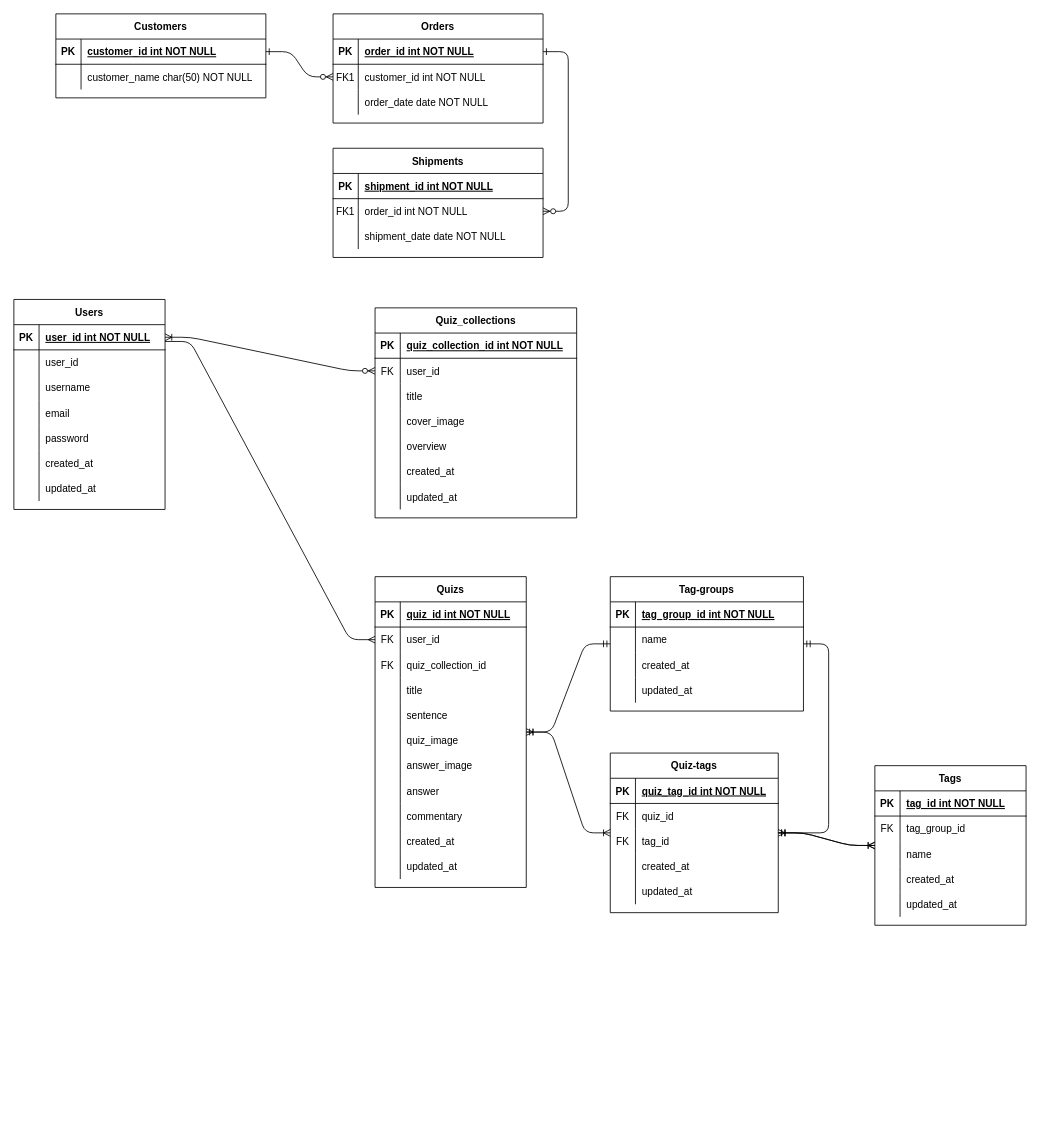
This is 名称未設定ファイル.drawio from blue-drill/kurenai-dorill.github.io, a draw.io file, before an edit. Source tidied: cells renumbered, new cells numbered last; positions are measured from the earlier drawing's top-left corner, leaving out a move shared by most shapes. Both pictures are drawn from the tidied source at 84%, with x=0, y=0 at pixel (13, 13).
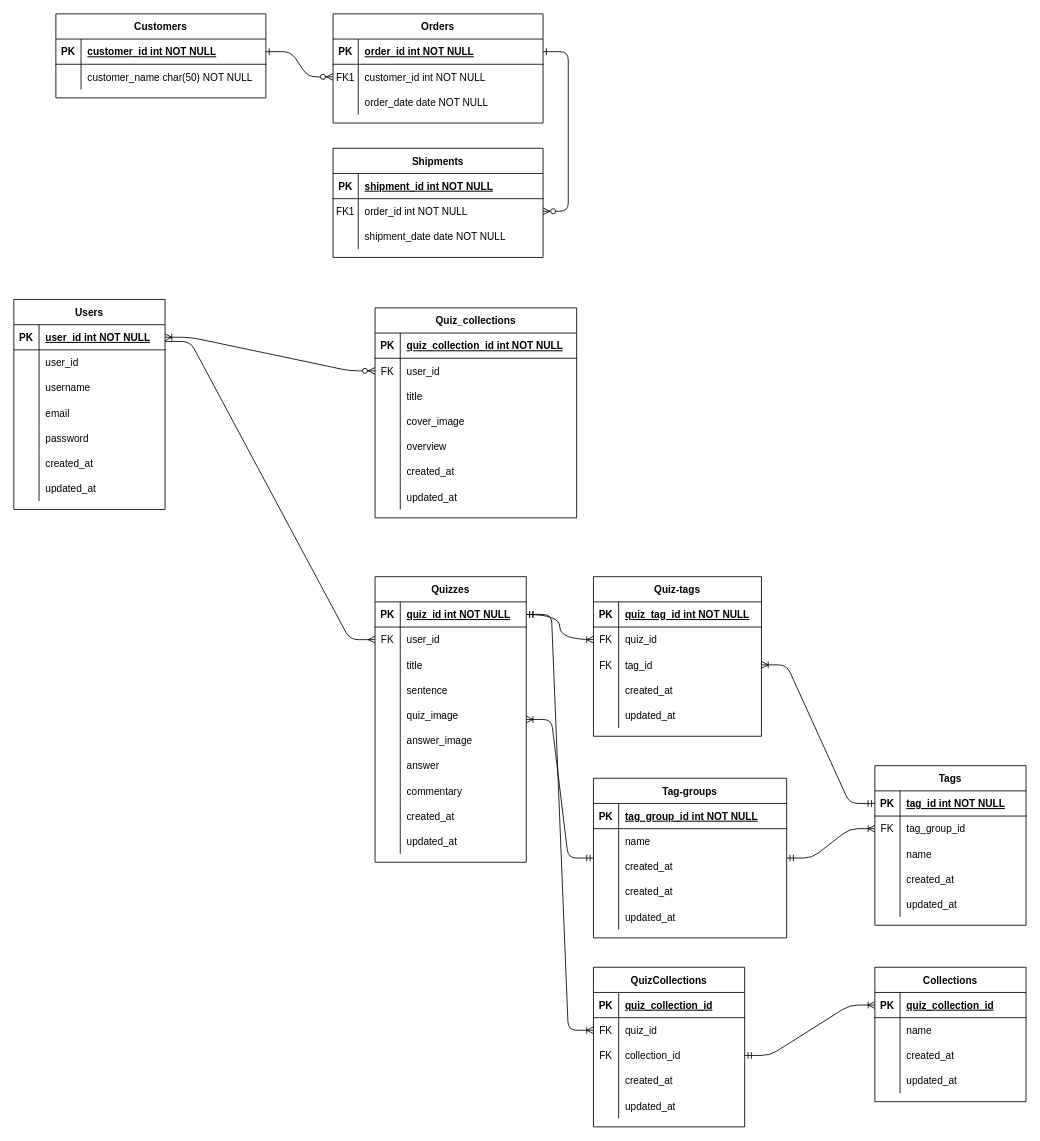
After the change.

Commit message:
名称未設定ファイル.drawio を更新します

The change refers to these unchanged cells:
```xml
<mxCell id="54" style="shape=partialRectangle;fillColor=none;top=0;left=0;bottom=1;right=0;points=[[0,0.5],[1,0.5]];portConstraint=eastwest;" parent="53" vertex="1">
  <mxGeometry y="30" width="180" height="30" as="geometry" />
</mxCell>
<mxCell id="111" value="Tags" style="shape=table;startSize=30;childLayout=tableLayout;rowLines=0;fontStyle=1;align=center;" parent="1" vertex="1">
  <mxGeometry x="1025" y="895" width="180" height="190" as="geometry" />
</mxCell>
<mxCell id="112" style="shape=partialRectangle;fillColor=none;top=0;left=0;bottom=1;right=0;points=[[0,0.5],[1,0.5]];portConstraint=eastwest;" parent="111" vertex="1">
  <mxGeometry y="30" width="180" height="30" as="geometry" />
</mxCell>
<mxCell id="115" style="shape=partialRectangle;fillColor=none;top=0;left=0;bottom=0;right=0;points=[[0,0.5],[1,0.5]];portConstraint=eastwest;" parent="111" vertex="1">
  <mxGeometry y="60" width="180" height="30" as="geometry" />
</mxCell>
<mxCell id="144" style="shape=partialRectangle;fillColor=none;top=0;left=0;bottom=0;right=0;points=[[0,0.5],[1,0.5]];portConstraint=eastwest;" parent="140" vertex="1">
  <mxGeometry y="60" width="200" height="30" as="geometry" />
</mxCell>
<mxCell id="147" style="shape=partialRectangle;fillColor=none;top=0;left=0;bottom=0;right=0;points=[[0,0.5],[1,0.5]];portConstraint=eastwest;" parent="140" vertex="1">
  <mxGeometry y="90" width="200" height="30" as="geometry" />
</mxCell>
```

The edit, as a diff of the source:
```diff
@@
-    <mxCell id="53" value="Quizs" style="shape=table;startSize=30;childLayout=tableLayout;rowLines=0;fontStyle=1;align=center;" parent="1" vertex="1">
-      <mxGeometry x="430" y="670" width="180" height="370" as="geometry" />
+    <mxCell id="53" value="Quizzes" style="shape=table;startSize=30;childLayout=tableLayout;rowLines=0;fontStyle=1;align=center;" parent="1" vertex="1">
+      <mxGeometry x="430" y="670" width="180" height="340" as="geometry" />
     </mxCell>
@@
-    <mxCell id="60" style="shape=partialRectangle;fillColor=none;top=0;left=0;bottom=0;right=0;" parent="53" vertex="1">
-      <mxGeometry y="90" width="180" height="30" as="geometry" />
-    </mxCell>
-    <mxCell id="61" value="FK" style="shape=partialRectangle;fillColor=none;top=0;left=0;bottom=0;right=0;overflow=hidden;" parent="60" vertex="1">
-      <mxGeometry width="30" height="30" as="geometry" />
-    </mxCell>
-    <mxCell id="62" value="quiz_collection_id" style="shape=partialRectangle;fillColor=none;top=0;left=0;bottom=0;right=0;align=left;spacingLeft=6;overflow=hidden;" parent="60" vertex="1">
-      <mxGeometry x="30" width="150" height="30" as="geometry" />
-    </mxCell>
     <mxCell id="63" style="shape=partialRectangle;fillColor=none;top=0;left=0;bottom=0;right=0;" parent="53" vertex="1">
-      <mxGeometry y="120" width="180" height="30" as="geometry" />
+      <mxGeometry y="90" width="180" height="30" as="geometry" />
     </mxCell>
@@
     <mxCell id="66" style="shape=partialRectangle;fillColor=none;top=0;left=0;bottom=0;right=0;" parent="53" vertex="1">
-      <mxGeometry y="150" width="180" height="30" as="geometry" />
+      <mxGeometry y="120" width="180" height="30" as="geometry" />
     </mxCell>
@@
     <mxCell id="69" style="shape=partialRectangle;fillColor=none;top=0;left=0;bottom=0;right=0;" parent="53" vertex="1">
-      <mxGeometry y="180" width="180" height="30" as="geometry" />
+      <mxGeometry y="150" width="180" height="30" as="geometry" />
     </mxCell>
@@
     <mxCell id="72" style="shape=partialRectangle;fillColor=none;top=0;left=0;bottom=0;right=0;" parent="53" vertex="1">
-      <mxGeometry y="210" width="180" height="30" as="geometry" />
+      <mxGeometry y="180" width="180" height="30" as="geometry" />
     </mxCell>
@@
     <mxCell id="75" style="shape=partialRectangle;fillColor=none;top=0;left=0;bottom=0;right=0;" parent="53" vertex="1">
-      <mxGeometry y="240" width="180" height="30" as="geometry" />
+      <mxGeometry y="210" width="180" height="30" as="geometry" />
     </mxCell>
@@
     <mxCell id="78" style="shape=partialRectangle;fillColor=none;top=0;left=0;bottom=0;right=0;" parent="53" vertex="1">
-      <mxGeometry y="270" width="180" height="30" as="geometry" />
+      <mxGeometry y="240" width="180" height="30" as="geometry" />
     </mxCell>
@@
     <mxCell id="81" style="shape=partialRectangle;fillColor=none;top=0;left=0;bottom=0;right=0;" parent="53" vertex="1">
-      <mxGeometry y="300" width="180" height="30" as="geometry" />
+      <mxGeometry y="270" width="180" height="30" as="geometry" />
     </mxCell>
@@
     <mxCell id="84" style="shape=partialRectangle;fillColor=none;top=0;left=0;bottom=0;right=0;" parent="53" vertex="1">
-      <mxGeometry y="330" width="180" height="30" as="geometry" />
+      <mxGeometry y="300" width="180" height="30" as="geometry" />
     </mxCell>
@@
     <mxCell id="127" value="Tag-groups" style="shape=table;startSize=30;childLayout=tableLayout;rowLines=0;fontStyle=1;align=center;" parent="1" vertex="1">
-      <mxGeometry x="710" y="670" width="230" height="160" as="geometry" />
+      <mxGeometry x="690" y="910" width="230" height="190" as="geometry" />
     </mxCell>
@@
+    <mxCell id="161" style="shape=partialRectangle;fillColor=none;top=0;left=0;bottom=0;right=0;" parent="127" vertex="1">
+      <mxGeometry y="120" width="230" height="30" as="geometry" />
+    </mxCell>
+    <mxCell id="162" style="shape=partialRectangle;fillColor=none;top=0;left=0;bottom=0;right=0;overflow=hidden;" parent="161" vertex="1">
+      <mxGeometry width="30" height="30" as="geometry" />
+    </mxCell>
+    <mxCell id="163" value="created_at" style="shape=partialRectangle;fillColor=none;top=0;left=0;bottom=0;right=0;align=left;spacingLeft=6;overflow=hidden;" parent="161" vertex="1">
+      <mxGeometry x="30" width="200" height="30" as="geometry" />
+    </mxCell>
     <mxCell id="137" style="shape=partialRectangle;fillColor=none;top=0;left=0;bottom=0;right=0;" parent="127" vertex="1">
-      <mxGeometry y="120" width="230" height="30" as="geometry" />
+      <mxGeometry y="150" width="230" height="30" as="geometry" />
     </mxCell>
@@
     <mxCell id="140" value="Quiz-tags" style="shape=table;startSize=30;childLayout=tableLayout;rowLines=0;fontStyle=1;align=center;" parent="1" vertex="1">
-      <mxGeometry x="710" y="880" width="200" height="190" as="geometry" />
+      <mxGeometry x="690" y="670" width="200" height="190" as="geometry" />
     </mxCell>
@@
-    <mxCell id="157" style="edgeStyle=entityRelationEdgeStyle;fontSize=12;html=1;endArrow=ERoneToMany;startArrow=ERmandOne;" parent="1" edge="1" source="127" target="140">
+    <mxCell id="157" style="edgeStyle=entityRelationEdgeStyle;fontSize=12;html=1;endArrow=ERoneToMany;startArrow=ERmandOne;" parent="1" edge="1" source="127" target="115">
       <mxGeometry relative="1" as="geometry" />
     </mxCell>
-    <mxCell id="158" style="edgeStyle=entityRelationEdgeStyle;fontSize=12;html=1;endArrow=ERoneToMany;startArrow=ERmandOne;" parent="1" edge="1" source="140" target="111">
-      <mxGeometry relative="1" as="geometry" />
-    </mxCell>
-    <mxCell id="159" style="edgeStyle=entityRelationEdgeStyle;fontSize=12;html=1;endArrow=ERoneToMany;startArrow=ERmandOne;" parent="1" edge="1" source="140" target="111">
+    <mxCell id="159" style="edgeStyle=entityRelationEdgeStyle;fontSize=12;html=1;endArrow=ERoneToMany;startArrow=ERmandOne;" parent="1" edge="1" source="112" target="147">
       <mxGeometry relative="1" as="geometry" />
     </mxCell>
-    <mxCell id="160" style="edgeStyle=entityRelationEdgeStyle;fontSize=12;html=1;endArrow=ERoneToMany;startArrow=ERmandOne;" parent="1" edge="1" source="53" target="140">
+    <mxCell id="160" style="fontSize=12;html=1;endArrow=ERoneToMany;startArrow=ERmandOne;edgeStyle=orthogonalEdgeStyle;elbow=vertical;curved=1;" parent="1" edge="1" source="54" target="144">
       <mxGeometry relative="1" as="geometry" />
     </mxCell>
+    <mxCell id="164" value="Collections" style="shape=table;startSize=30;childLayout=tableLayout;rowLines=0;fontStyle=1;align=center;" parent="1" vertex="1">
+      <mxGeometry x="1025" y="1135" width="180" height="160" as="geometry" />
+    </mxCell>
+    <mxCell id="165" style="shape=partialRectangle;fillColor=none;top=0;left=0;bottom=1;right=0;points=[[0,0.5],[1,0.5]];portConstraint=eastwest;" parent="164" vertex="1">
+      <mxGeometry y="30" width="180" height="30" as="geometry" />
+    </mxCell>
+    <mxCell id="166" value="PK" style="shape=partialRectangle;fillColor=none;top=0;left=0;bottom=0;right=0;fontStyle=1;overflow=hidden;" parent="165" vertex="1">
+      <mxGeometry width="30" height="30" as="geometry" />
+    </mxCell>
+    <mxCell id="167" value="quiz_collection_id" style="shape=partialRectangle;fillColor=none;top=0;left=0;bottom=0;right=0;align=left;spacingLeft=6;fontStyle=5;overflow=hidden;" parent="165" vertex="1">
+      <mxGeometry x="30" width="150" height="30" as="geometry" />
+    </mxCell>
+    <mxCell id="168" style="shape=partialRectangle;fillColor=none;top=0;left=0;bottom=0;right=0;" parent="164" vertex="1">
+      <mxGeometry y="60" width="180" height="30" as="geometry" />
+    </mxCell>
+    <mxCell id="169" style="shape=partialRectangle;fillColor=none;top=0;left=0;bottom=0;right=0;overflow=hidden;" parent="168" vertex="1">
+      <mxGeometry width="30" height="30" as="geometry" />
+    </mxCell>
+    <mxCell id="170" value="name" style="shape=partialRectangle;fillColor=none;top=0;left=0;bottom=0;right=0;align=left;spacingLeft=6;overflow=hidden;" parent="168" vertex="1">
+      <mxGeometry x="30" width="150" height="30" as="geometry" />
+    </mxCell>
+    <mxCell id="171" style="shape=partialRectangle;fillColor=none;top=0;left=0;bottom=0;right=0;" parent="164" vertex="1">
+      <mxGeometry y="90" width="180" height="30" as="geometry" />
+    </mxCell>
+    <mxCell id="172" style="shape=partialRectangle;fillColor=none;top=0;left=0;bottom=0;right=0;overflow=hidden;" parent="171" vertex="1">
+      <mxGeometry width="30" height="30" as="geometry" />
+    </mxCell>
+    <mxCell id="173" value="created_at" style="shape=partialRectangle;fillColor=none;top=0;left=0;bottom=0;right=0;align=left;spacingLeft=6;overflow=hidden;" parent="171" vertex="1">
+      <mxGeometry x="30" width="150" height="30" as="geometry" />
+    </mxCell>
+    <mxCell id="174" style="shape=partialRectangle;fillColor=none;top=0;left=0;bottom=0;right=0;" parent="164" vertex="1">
+      <mxGeometry y="120" width="180" height="30" as="geometry" />
+    </mxCell>
+    <mxCell id="175" style="shape=partialRectangle;fillColor=none;top=0;left=0;bottom=0;right=0;overflow=hidden;" parent="174" vertex="1">
+      <mxGeometry width="30" height="30" as="geometry" />
+    </mxCell>
+    <mxCell id="176" value="updated_at" style="shape=partialRectangle;fillColor=none;top=0;left=0;bottom=0;right=0;align=left;spacingLeft=6;overflow=hidden;" parent="174" vertex="1">
+      <mxGeometry x="30" width="150" height="30" as="geometry" />
+    </mxCell>
+    <mxCell id="177" value="QuizCollections" style="shape=table;startSize=30;childLayout=tableLayout;rowLines=0;fontStyle=1;align=center;" parent="1" vertex="1">
+      <mxGeometry x="690" y="1135" width="180" height="190" as="geometry" />
+    </mxCell>
+    <mxCell id="178" style="shape=partialRectangle;fillColor=none;top=0;left=0;bottom=1;right=0;" parent="177" vertex="1">
+      <mxGeometry y="30" width="180" height="30" as="geometry" />
+    </mxCell>
+    <mxCell id="179" value="PK" style="shape=partialRectangle;fillColor=none;top=0;left=0;bottom=0;right=0;fontStyle=1;overflow=hidden;" parent="178" vertex="1">
+      <mxGeometry width="30" height="30" as="geometry" />
+    </mxCell>
+    <mxCell id="180" value="quiz_collection_id" style="shape=partialRectangle;fillColor=none;top=0;left=0;bottom=0;right=0;align=left;spacingLeft=6;fontStyle=5;overflow=hidden;" parent="178" vertex="1">
+      <mxGeometry x="30" width="150" height="30" as="geometry" />
+    </mxCell>
+    <mxCell id="181" style="shape=partialRectangle;fillColor=none;top=0;left=0;bottom=0;right=0;points=[[0,0.5],[1,0.5]];portConstraint=eastwest;" parent="177" vertex="1">
+      <mxGeometry y="60" width="180" height="30" as="geometry" />
+    </mxCell>
+    <mxCell id="182" value="FK" style="shape=partialRectangle;fillColor=none;top=0;left=0;bottom=0;right=0;overflow=hidden;" parent="181" vertex="1">
+      <mxGeometry width="30" height="30" as="geometry" />
+    </mxCell>
+    <mxCell id="183" value="quiz_id" style="shape=partialRectangle;fillColor=none;top=0;left=0;bottom=0;right=0;align=left;spacingLeft=6;overflow=hidden;" parent="181" vertex="1">
+      <mxGeometry x="30" width="150" height="30" as="geometry" />
+    </mxCell>
+    <mxCell id="184" style="shape=partialRectangle;fillColor=none;top=0;left=0;bottom=0;right=0;points=[[0,0.5],[1,0.5]];portConstraint=eastwest;" parent="177" vertex="1">
+      <mxGeometry y="90" width="180" height="30" as="geometry" />
+    </mxCell>
+    <mxCell id="185" value="FK" style="shape=partialRectangle;fillColor=none;top=0;left=0;bottom=0;right=0;overflow=hidden;" parent="184" vertex="1">
+      <mxGeometry width="30" height="30" as="geometry" />
+    </mxCell>
+    <mxCell id="186" value="collection_id" style="shape=partialRectangle;fillColor=none;top=0;left=0;bottom=0;right=0;align=left;spacingLeft=6;overflow=hidden;" parent="184" vertex="1">
+      <mxGeometry x="30" width="150" height="30" as="geometry" />
+    </mxCell>
+    <mxCell id="187" style="shape=partialRectangle;fillColor=none;top=0;left=0;bottom=0;right=0;" parent="177" vertex="1">
+      <mxGeometry y="120" width="180" height="30" as="geometry" />
+    </mxCell>
+    <mxCell id="188" style="shape=partialRectangle;fillColor=none;top=0;left=0;bottom=0;right=0;overflow=hidden;" parent="187" vertex="1">
+      <mxGeometry width="30" height="30" as="geometry" />
+    </mxCell>
+    <mxCell id="189" value="created_at" style="shape=partialRectangle;fillColor=none;top=0;left=0;bottom=0;right=0;align=left;spacingLeft=6;overflow=hidden;" parent="187" vertex="1">
+      <mxGeometry x="30" width="150" height="30" as="geometry" />
+    </mxCell>
+    <mxCell id="190" style="shape=partialRectangle;fillColor=none;top=0;left=0;bottom=0;right=0;" parent="177" vertex="1">
+      <mxGeometry y="150" width="180" height="30" as="geometry" />
+    </mxCell>
+    <mxCell id="191" style="shape=partialRectangle;fillColor=none;top=0;left=0;bottom=0;right=0;overflow=hidden;" parent="190" vertex="1">
+      <mxGeometry width="30" height="30" as="geometry" />
+    </mxCell>
+    <mxCell id="192" value="updated_at" style="shape=partialRectangle;fillColor=none;top=0;left=0;bottom=0;right=0;align=left;spacingLeft=6;overflow=hidden;" parent="190" vertex="1">
+      <mxGeometry x="30" width="150" height="30" as="geometry" />
+    </mxCell>
+    <mxCell id="193" style="edgeStyle=entityRelationEdgeStyle;fontSize=12;html=1;endArrow=ERoneToMany;startArrow=ERmandOne;" parent="1" edge="1" source="54" target="181">
+      <mxGeometry relative="1" as="geometry" />
+    </mxCell>
+    <mxCell id="194" style="edgeStyle=entityRelationEdgeStyle;fontSize=12;html=1;endArrow=ERoneToMany;startArrow=ERmandOne;" parent="1" edge="1" source="184" target="165">
+      <mxGeometry relative="1" as="geometry" />
+    </mxCell>
```
